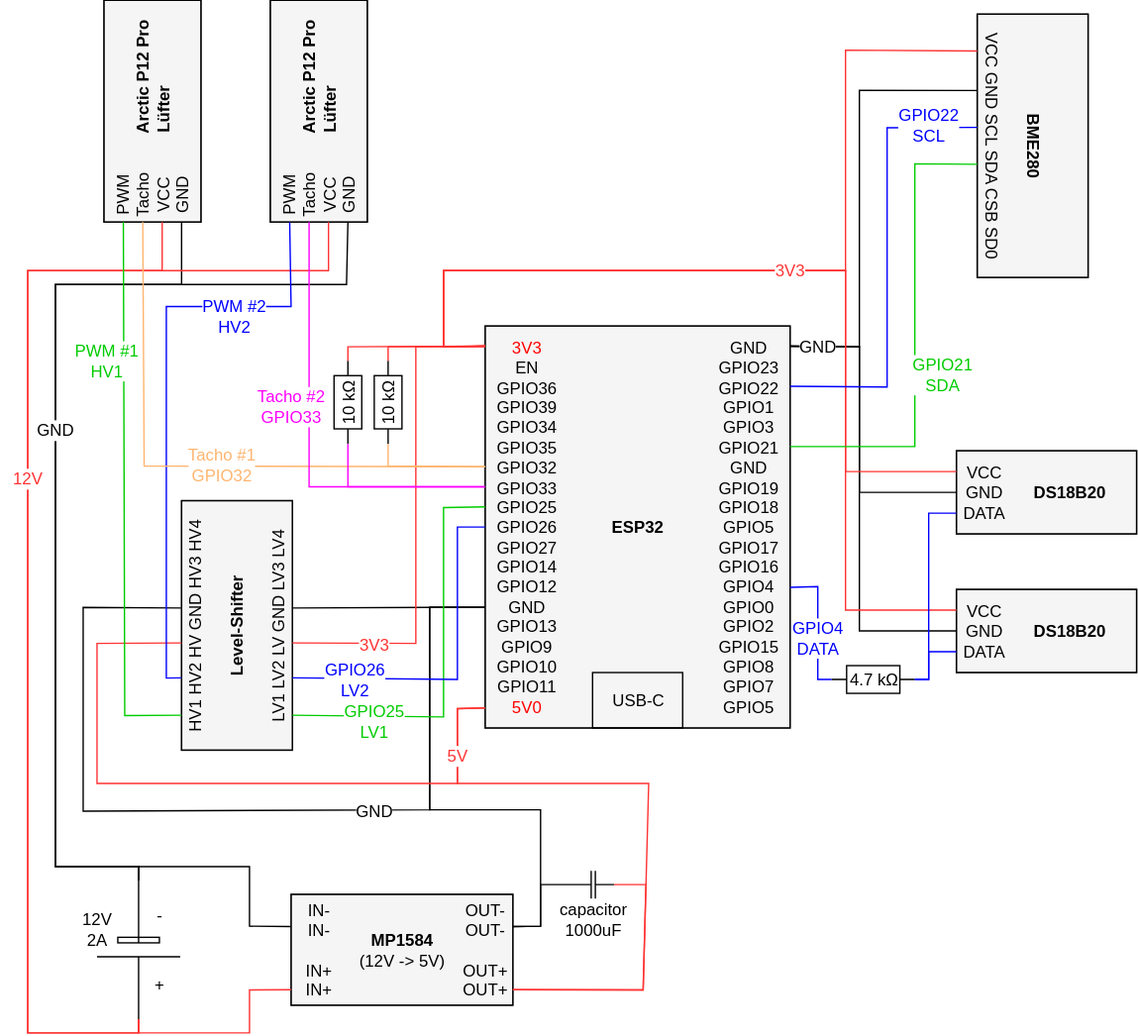
The draw.io diagram hardware/rack_esp32_schaltplan.drawio.svg in dan1elw/ha-rack-monitor, before a commit. Source tidied: cells renumbered, new cells last; positions are measured from the earlier drawing's top-left corner, leaving out a move shared by most shapes.
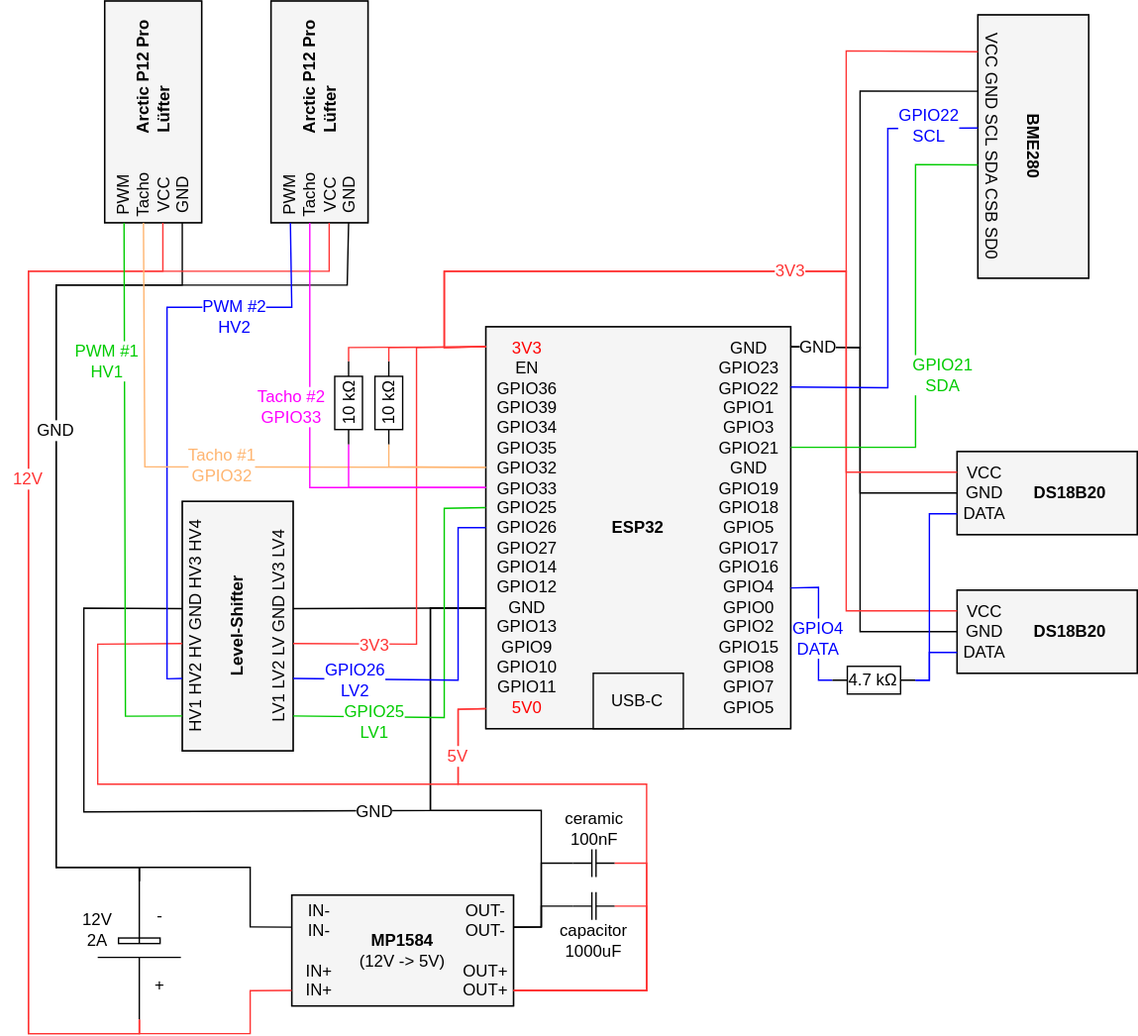
The same diagram one commit later.

Commit message:
add-100nF-ceramic-capacitor

What changed in the source:
```diff
@@ -243,8 +243,8 @@
     <mxCell id="57" style="endArrow=none;html=1;rounded=0;exitX=1;exitY=0.86;exitDx=0;exitDy=0;exitPerimeter=0;entryX=0;entryY=0.95;entryDx=0;entryDy=0;entryPerimeter=0;strokeColor=#FF3333;" parent="1" edge="1" source="5" target="38">
       <mxGeometry relative="1" as="geometry">
         <Array as="points">
-          <mxPoint x="464" y="678" />
-          <mxPoint x="468" y="529" />
+          <mxPoint x="466" y="678" />
+          <mxPoint x="466" y="529" />
           <mxPoint x="330" y="529" />
           <mxPoint x="330" y="475" />
         </Array>
@@ -461,13 +461,13 @@
       <mxGeometry x="180" y="242" width="60" height="30" as="geometry" />
     </mxCell>
     <mxCell id="94" style="verticalLabelPosition=bottom;shadow=0;dashed=0;align=center;html=1;verticalAlign=top;shape=mxgraph.electrical.capacitors.capacitor_1;rotation=0;" parent="1" vertex="1">
-      <mxGeometry x="413" y="592" width="30" height="20" as="geometry" />
+      <mxGeometry x="413" y="607" width="30" height="20" as="geometry" />
     </mxCell>
     <mxCell id="95" style="endArrow=none;html=1;rounded=0;exitX=1;exitY=0.86;exitDx=0;exitDy=0;exitPerimeter=0;entryX=1;entryY=0.5;entryDx=0;entryDy=0;entryPerimeter=0;strokeColor=#FF3333;" parent="1" edge="1" source="5" target="94">
       <mxGeometry relative="1" as="geometry">
         <Array as="points">
-          <mxPoint x="464" y="678" />
-          <mxPoint x="466" y="602" />
+          <mxPoint x="466" y="678" />
+          <mxPoint x="466" y="617" />
         </Array>
       </mxGeometry>
     </mxCell>
@@ -475,12 +475,34 @@
       <mxGeometry relative="1" as="geometry">
         <Array as="points">
           <mxPoint x="390" y="632" />
-          <mxPoint x="390" y="602" />
+          <mxPoint x="390" y="617" />
         </Array>
       </mxGeometry>
     </mxCell>
     <mxCell id="97" value="capacitor&lt;br&gt;1000uF" style="text;html=1;whiteSpace=wrap;strokeColor=none;fillColor=none;align=center;verticalAlign=middle;rounded=0;labelBackgroundColor=default;" parent="1" vertex="1">
-      <mxGeometry x="398" y="612" width="60" height="30" as="geometry" />
+      <mxGeometry x="398" y="627" width="60" height="30" as="geometry" />
     </mxCell>
+    <mxCell id="98" style="verticalLabelPosition=bottom;shadow=0;dashed=0;align=center;html=1;verticalAlign=top;shape=mxgraph.electrical.capacitors.capacitor_1;rotation=0;" parent="1" vertex="1">
+      <mxGeometry x="413" y="576" width="30" height="20" as="geometry" />
+    </mxCell>
+    <mxCell id="99" style="endArrow=none;html=1;rounded=0;exitX=1;exitY=0.29;exitDx=0;exitDy=0;exitPerimeter=0;entryX=0;entryY=0.5;entryDx=0;entryDy=0;entryPerimeter=0;" parent="1" edge="1" source="5" target="98">
+      <mxGeometry relative="1" as="geometry">
+        <Array as="points">
+          <mxPoint x="390" y="632" />
+          <mxPoint x="390" y="586" />
+        </Array>
+      </mxGeometry>
+    </mxCell>
+    <mxCell id="100" style="endArrow=none;html=1;rounded=0;exitX=1;exitY=0.86;exitDx=0;exitDy=0;exitPerimeter=0;entryX=1;entryY=0.5;entryDx=0;entryDy=0;entryPerimeter=0;strokeColor=#FF3333;" parent="1" edge="1" source="5" target="98">
+      <mxGeometry relative="1" as="geometry">
+        <Array as="points">
+          <mxPoint x="466" y="678" />
+          <mxPoint x="466" y="586" />
+        </Array>
+      </mxGeometry>
+    </mxCell>
+    <mxCell id="101" value="ceramic 100nF" style="text;html=1;whiteSpace=wrap;strokeColor=none;fillColor=none;align=center;verticalAlign=middle;rounded=0;labelBackgroundColor=default;" parent="1" vertex="1">
+      <mxGeometry x="396.5" y="546" width="63" height="30" as="geometry" />
+    </mxCell>
   </root>
 </mxGraphModel>
```
